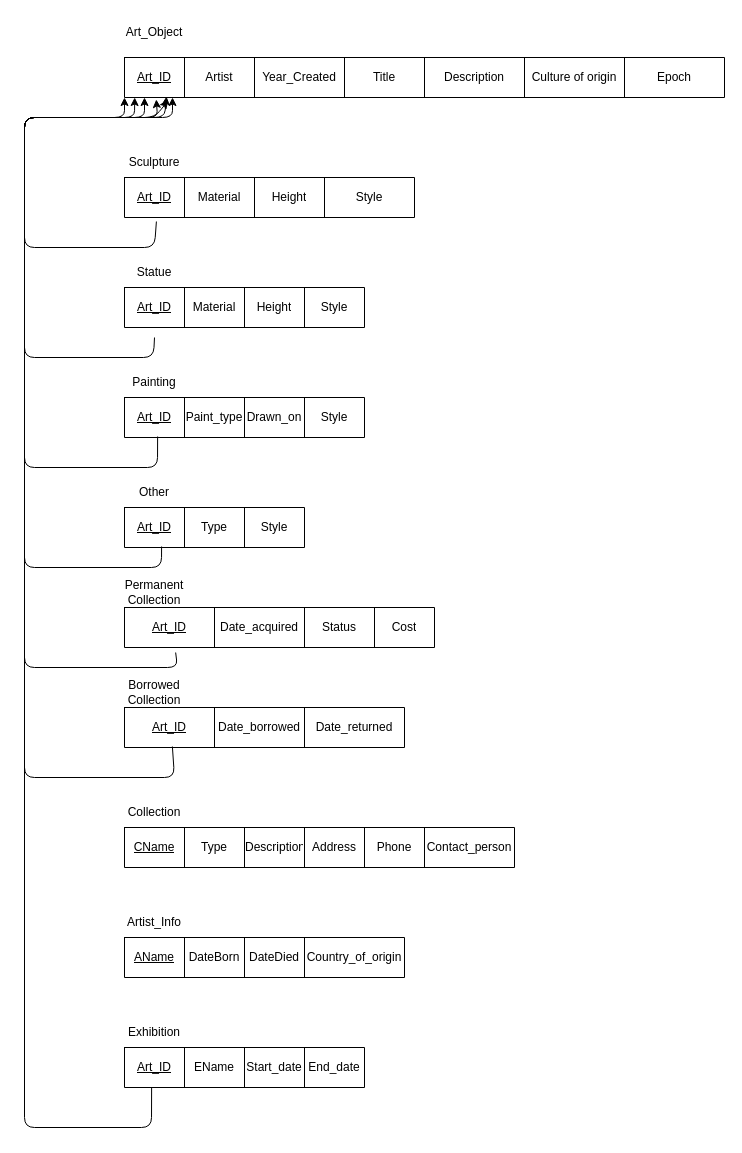
Before: database design/relationalschema.drawio in ENSF-300-F23/museum-project-l02-group-22, a draw.io diagram. Source tidied: cells renumbered, new cells numbered last; positions are measured from the earlier drawing's top-left corner, leaving out a move shared by most shapes. Both pictures are drawn from the tidied source at 100%, with x=0, y=0 at pixel (24, 17).
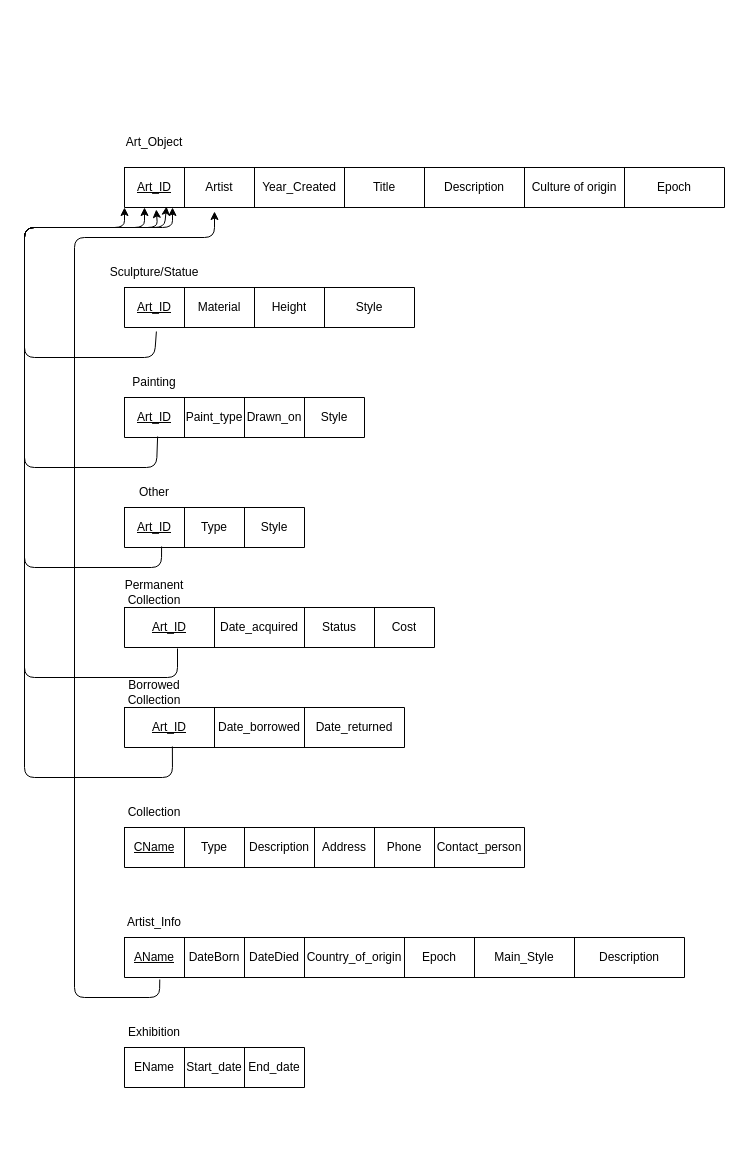
The same diagram, later.

Commit message (it also covers changes not shown here):
Added modifications to schema/eerd to match sql

Unchanged cells that the change refers to:
```xml
<mxCell id="3" style="shape=tableRow;horizontal=0;startSize=0;swimlaneHead=0;swimlaneBody=0;top=0;left=0;bottom=0;right=0;fillColor=none;points=[[0,0.5],[1,0.5]];portConstraint=eastwest;" parent="2" vertex="1">
  <mxGeometry width="600" height="40" as="geometry" />
</mxCell>
<mxCell id="12" style="shape=tableRow;horizontal=0;startSize=0;swimlaneHead=0;swimlaneBody=0;top=0;left=0;bottom=0;right=0;fillColor=none;points=[[0,0.5],[1,0.5]];portConstraint=eastwest;" parent="11" vertex="1">
  <mxGeometry width="290" height="40" as="geometry" />
</mxCell>
<mxCell id="24" style="shape=tableRow;horizontal=0;startSize=0;swimlaneHead=0;swimlaneBody=0;top=0;left=0;bottom=0;right=0;fillColor=none;points=[[0,0.5],[1,0.5]];portConstraint=eastwest;" parent="23" vertex="1">
  <mxGeometry width="240" height="40" as="geometry" />
</mxCell>
<mxCell id="30" style="shape=tableRow;horizontal=0;startSize=0;swimlaneHead=0;swimlaneBody=0;top=0;left=0;bottom=0;right=0;fillColor=none;points=[[0,0.5],[1,0.5]];portConstraint=eastwest;" parent="29" vertex="1">
  <mxGeometry width="180" height="40" as="geometry" />
</mxCell>
<mxCell id="35" style="shape=tableRow;horizontal=0;startSize=0;swimlaneHead=0;swimlaneBody=0;top=0;left=0;bottom=0;right=0;fillColor=none;points=[[0,0.5],[1,0.5]];portConstraint=eastwest;" parent="34" vertex="1">
  <mxGeometry width="310" height="40" as="geometry" />
</mxCell>
<mxCell id="46" style="shape=tableRow;horizontal=0;startSize=0;swimlaneHead=0;swimlaneBody=0;top=0;left=0;bottom=0;right=0;fillColor=none;points=[[0,0.5],[1,0.5]];portConstraint=eastwest;" parent="45" vertex="1">
  <mxGeometry width="280" height="40" as="geometry" />
</mxCell>
```

What changed in the source:
```diff
@@
     <mxCell id="2" style="shape=table;startSize=0;childLayout=tableLayout;" parent="1" vertex="1">
-      <mxGeometry x="100" y="40" width="600" height="40" as="geometry" />
+      <mxGeometry x="100" y="150" width="600" height="40" as="geometry" />
     </mxCell>
@@
     <mxCell id="11" style="shape=table;startSize=0;childLayout=tableLayout;" parent="1" vertex="1">
-      <mxGeometry x="100" y="160" width="290" height="40" as="geometry" />
+      <mxGeometry x="100" y="270" width="290" height="40" as="geometry" />
     </mxCell>
@@
-    <mxCell id="17" style="shape=table;startSize=0;childLayout=tableLayout;" parent="1" vertex="1">
-      <mxGeometry x="100" y="270" width="240" height="40" as="geometry" />
-    </mxCell>
-    <mxCell id="18" style="shape=tableRow;horizontal=0;startSize=0;swimlaneHead=0;swimlaneBody=0;top=0;left=0;bottom=0;right=0;fillColor=none;points=[[0,0.5],[1,0.5]];portConstraint=eastwest;" parent="17" vertex="1">
-      <mxGeometry width="240" height="40" as="geometry" />
-    </mxCell>
-    <mxCell id="19" value="&lt;u&gt;Art_ID&lt;/u&gt;" style="shape=partialRectangle;html=1;whiteSpace=wrap;overflow=hidden;fillColor=none;top=0;left=0;bottom=0;right=0;" parent="18" vertex="1">
-      <mxGeometry width="60" height="40" as="geometry" />
-    </mxCell>
-    <mxCell id="20" value="Material" style="shape=partialRectangle;html=1;whiteSpace=wrap;overflow=hidden;fillColor=none;top=0;left=0;bottom=0;right=0;" parent="18" vertex="1">
-      <mxGeometry x="60" width="60" height="40" as="geometry" />
-    </mxCell>
-    <mxCell id="21" value="Height" style="shape=partialRectangle;html=1;whiteSpace=wrap;overflow=hidden;fillColor=none;top=0;left=0;bottom=0;right=0;" parent="18" vertex="1">
-      <mxGeometry x="120" width="60" height="40" as="geometry" />
-    </mxCell>
-    <mxCell id="22" value="Style" style="shape=partialRectangle;html=1;whiteSpace=wrap;overflow=hidden;fillColor=none;top=0;left=0;bottom=0;right=0;" parent="18" vertex="1">
-      <mxGeometry x="180" width="60" height="40" as="geometry" />
-    </mxCell>
@@
     <mxCell id="40" value="Art_Object" style="text;strokeColor=none;align=center;fillColor=none;html=1;verticalAlign=middle;whiteSpace=wrap;rounded=0;" parent="1" vertex="1">
-      <mxGeometry x="100" width="60" height="30" as="geometry" />
+      <mxGeometry x="100" y="110" width="60" height="30" as="geometry" />
     </mxCell>
-    <mxCell id="41" value="Sculpture" style="text;strokeColor=none;align=center;fillColor=none;html=1;verticalAlign=middle;whiteSpace=wrap;rounded=0;" parent="1" vertex="1">
-      <mxGeometry x="100" y="130" width="60" height="30" as="geometry" />
+    <mxCell id="41" value="Sculpture/Statue" style="text;strokeColor=none;align=center;fillColor=none;html=1;verticalAlign=middle;whiteSpace=wrap;rounded=0;" parent="1" vertex="1">
+      <mxGeometry x="100" y="240" width="60" height="30" as="geometry" />
     </mxCell>
-    <mxCell id="42" value="Statue" style="text;strokeColor=none;align=center;fillColor=none;html=1;verticalAlign=middle;whiteSpace=wrap;rounded=0;" parent="1" vertex="1">
-      <mxGeometry x="100" y="240" width="60" height="30" as="geometry" />
-    </mxCell>
@@
     <mxCell id="52" style="shape=table;startSize=0;childLayout=tableLayout;" parent="1" vertex="1">
-      <mxGeometry x="100" y="920" width="280" height="40" as="geometry" />
+      <mxGeometry x="100" y="920" width="560" height="40" as="geometry" />
     </mxCell>
     <mxCell id="53" style="shape=tableRow;horizontal=0;startSize=0;swimlaneHead=0;swimlaneBody=0;top=0;left=0;bottom=0;right=0;fillColor=none;points=[[0,0.5],[1,0.5]];portConstraint=eastwest;" parent="52" vertex="1">
-      <mxGeometry width="280" height="40" as="geometry" />
+      <mxGeometry width="560" height="40" as="geometry" />
     </mxCell>
@@
+    <mxCell id="82" value="Epoch" style="shape=partialRectangle;html=1;whiteSpace=wrap;overflow=hidden;fillColor=none;top=0;left=0;bottom=0;right=0;" parent="53" vertex="1">
+      <mxGeometry x="280" width="70" height="40" as="geometry" />
+    </mxCell>
+    <mxCell id="83" value="Main_Style" style="shape=partialRectangle;html=1;whiteSpace=wrap;overflow=hidden;fillColor=none;top=0;left=0;bottom=0;right=0;" parent="53" vertex="1">
+      <mxGeometry x="350" width="100" height="40" as="geometry" />
+    </mxCell>
+    <mxCell id="84" value="Description" style="shape=partialRectangle;html=1;whiteSpace=wrap;overflow=hidden;fillColor=none;top=0;left=0;bottom=0;right=0;" parent="53" vertex="1">
+      <mxGeometry x="450" width="110" height="40" as="geometry" />
+    </mxCell>
@@
     <mxCell id="59" style="shape=table;startSize=0;childLayout=tableLayout;" parent="1" vertex="1">
-      <mxGeometry x="100" y="810" width="390" height="40" as="geometry" />
+      <mxGeometry x="100" y="810" width="400" height="40" as="geometry" />
     </mxCell>
     <mxCell id="60" style="shape=tableRow;horizontal=0;startSize=0;swimlaneHead=0;swimlaneBody=0;top=0;left=0;bottom=0;right=0;fillColor=none;" parent="59" vertex="1">
-      <mxGeometry width="390" height="40" as="geometry" />
+      <mxGeometry width="400" height="40" as="geometry" />
     </mxCell>
@@
     <mxCell id="63" value="Description" style="shape=partialRectangle;html=1;whiteSpace=wrap;overflow=hidden;fillColor=none;top=0;left=0;bottom=0;right=0;" parent="60" vertex="1">
-      <mxGeometry x="120" width="60" height="40" as="geometry" />
+      <mxGeometry x="120" width="70" height="40" as="geometry" />
     </mxCell>
     <mxCell id="64" value="Address" style="shape=partialRectangle;html=1;whiteSpace=wrap;overflow=hidden;fillColor=none;top=0;left=0;bottom=0;right=0;" parent="60" vertex="1">
-      <mxGeometry x="180" width="60" height="40" as="geometry" />
+      <mxGeometry x="190" width="60" height="40" as="geometry" />
     </mxCell>
     <mxCell id="65" value="Phone" style="shape=partialRectangle;html=1;whiteSpace=wrap;overflow=hidden;fillColor=none;top=0;left=0;bottom=0;right=0;" parent="60" vertex="1">
-      <mxGeometry x="240" width="60" height="40" as="geometry" />
+      <mxGeometry x="250" width="60" height="40" as="geometry" />
     </mxCell>
     <mxCell id="66" value="Contact_person" style="shape=partialRectangle;html=1;whiteSpace=wrap;overflow=hidden;fillColor=none;top=0;left=0;bottom=0;right=0;" parent="60" vertex="1">
-      <mxGeometry x="300" width="90" height="40" as="geometry" />
+      <mxGeometry x="310" width="90" height="40" as="geometry" />
     </mxCell>
     <mxCell id="67" style="shape=table;startSize=0;childLayout=tableLayout;" parent="1" vertex="1">
-      <mxGeometry x="100" y="1030" width="240" height="40" as="geometry" />
+      <mxGeometry x="100" y="1030" width="180" height="40" as="geometry" />
     </mxCell>
     <mxCell id="68" style="shape=tableRow;horizontal=0;startSize=0;swimlaneHead=0;swimlaneBody=0;top=0;left=0;bottom=0;right=0;fillColor=none;points=[[0,0.5],[1,0.5]];portConstraint=eastwest;" parent="67" vertex="1">
-      <mxGeometry width="240" height="40" as="geometry" />
+      <mxGeometry width="180" height="40" as="geometry" />
     </mxCell>
-    <mxCell id="69" value="&lt;u&gt;Art_ID&lt;/u&gt;" style="shape=partialRectangle;html=1;whiteSpace=wrap;overflow=hidden;fillColor=none;top=0;left=0;bottom=0;right=0;" parent="68" vertex="1">
-      <mxGeometry width="60" height="40" as="geometry" />
-    </mxCell>
     <mxCell id="70" value="EName" style="shape=partialRectangle;html=1;whiteSpace=wrap;overflow=hidden;fillColor=none;top=0;left=0;bottom=0;right=0;" parent="68" vertex="1">
-      <mxGeometry x="60" width="60" height="40" as="geometry" />
+      <mxGeometry width="60" height="40" as="geometry" />
     </mxCell>
     <mxCell id="71" value="Start_date" style="shape=partialRectangle;html=1;whiteSpace=wrap;overflow=hidden;fillColor=none;top=0;left=0;bottom=0;right=0;" parent="68" vertex="1">
-      <mxGeometry x="120" width="60" height="40" as="geometry" />
+      <mxGeometry x="60" width="60" height="40" as="geometry" />
     </mxCell>
     <mxCell id="72" value="End_date" style="shape=partialRectangle;html=1;whiteSpace=wrap;overflow=hidden;fillColor=none;top=0;left=0;bottom=0;right=0;" parent="68" vertex="1">
-      <mxGeometry x="180" width="60" height="40" as="geometry" />
+      <mxGeometry x="120" width="60" height="40" as="geometry" />
     </mxCell>
@@
     <mxCell id="75" style="endArrow=classic;html=1;exitX=0.11;exitY=1.1;exitDx=0;exitDy=0;exitPerimeter=0;" parent="1" edge="1" source="12">
       <mxGeometry relative="1" as="geometry">
-        <mxPoint x="120" y="80" as="targetPoint" />
+        <mxPoint x="120" y="190" as="targetPoint" />
         <Array as="points">
-          <mxPoint x="130" y="230" />
-          <mxPoint y="230" />
-          <mxPoint y="100" />
-          <mxPoint x="120" y="100" />
+          <mxPoint x="130" y="340" />
+          <mxPoint y="340" />
+          <mxPoint y="210" />
+          <mxPoint x="120" y="210" />
         </Array>
       </mxGeometry>
     </mxCell>
-    <mxCell id="76" style="endArrow=classic;html=1;exitX=0.125;exitY=1.25;exitDx=0;exitDy=0;exitPerimeter=0;entryX=0.073;entryY=1.075;entryDx=0;entryDy=0;entryPerimeter=0;" parent="1" edge="1" source="18" target="3">
-      <mxGeometry relative="1" as="geometry">
-        <Array as="points">
-          <mxPoint x="129" y="340" />
-          <mxPoint y="340" />
-          <mxPoint y="100" />
-          <mxPoint x="130" y="100" />
-        </Array>
-      </mxGeometry>
-    </mxCell>
     <mxCell id="77" style="endArrow=classic;html=1;exitX=0.138;exitY=0.975;exitDx=0;exitDy=0;exitPerimeter=0;entryX=0.053;entryY=1.05;entryDx=0;entryDy=0;entryPerimeter=0;" parent="1" edge="1" source="24" target="3">
       <mxGeometry relative="1" as="geometry">
         <Array as="points">
-          <mxPoint x="133" y="450" />
+          <mxPoint x="132" y="450" />
           <mxPoint y="450" />
-          <mxPoint y="100" />
-          <mxPoint x="133" y="100" />
+          <mxPoint y="210" />
+          <mxPoint x="133" y="210" />
         </Array>
       </mxGeometry>
     </mxCell>
     <mxCell id="78" style="endArrow=classic;html=1;exitX=0.206;exitY=0.975;exitDx=0;exitDy=0;exitPerimeter=0;entryX=0.07;entryY=0.975;entryDx=0;entryDy=0;entryPerimeter=0;" parent="1" edge="1" source="30" target="3">
       <mxGeometry relative="1" as="geometry">
         <Array as="points">
           <mxPoint x="137" y="550" />
           <mxPoint y="550" />
-          <mxPoint y="100" />
-          <mxPoint x="140" y="100" />
+          <mxPoint y="210" />
+          <mxPoint x="140" y="210" />
         </Array>
       </mxGeometry>
     </mxCell>
-    <mxCell id="79" style="endArrow=classic;html=1;exitX=0.165;exitY=1.125;exitDx=0;exitDy=0;exitPerimeter=0;" parent="1" edge="1" source="35">
+    <mxCell id="79" style="endArrow=classic;html=1;exitX=0.171;exitY=1.025;exitDx=0;exitDy=0;exitPerimeter=0;" parent="1" edge="1" source="35">
       <mxGeometry relative="1" as="geometry">
-        <mxPoint x="148" y="80" as="targetPoint" />
+        <mxPoint x="148" y="190" as="targetPoint" />
         <Array as="points">
-          <mxPoint x="153" y="650" />
-          <mxPoint y="650" />
-          <mxPoint y="100" />
-          <mxPoint x="148" y="100" />
+          <mxPoint x="153" y="660" />
+          <mxPoint y="660" />
+          <mxPoint y="210" />
+          <mxPoint x="148" y="210" />
         </Array>
       </mxGeometry>
     </mxCell>
     <mxCell id="80" style="endArrow=classic;html=1;entryX=0;entryY=1;entryDx=0;entryDy=0;entryPerimeter=0;exitX=0.171;exitY=0.975;exitDx=0;exitDy=0;exitPerimeter=0;" parent="1" edge="1" source="46" target="3">
       <mxGeometry relative="1" as="geometry">
         <Array as="points">
-          <mxPoint x="150" y="760" />
+          <mxPoint x="148" y="760" />
           <mxPoint y="760" />
-          <mxPoint y="100" />
-          <mxPoint x="100" y="100" />
+          <mxPoint y="210" />
+          <mxPoint x="100" y="210" />
         </Array>
       </mxGeometry>
     </mxCell>
-    <mxCell id="81" style="endArrow=classic;html=1;entryX=0.017;entryY=1;entryDx=0;entryDy=0;entryPerimeter=0;exitX=0.113;exitY=1;exitDx=0;exitDy=0;exitPerimeter=0;" parent="1" edge="1" source="68" target="3">
-      <mxGeometry relative="1" as="geometry">
-        <Array as="points">
-          <mxPoint x="127" y="1110" />
-          <mxPoint y="1110" />
-          <mxPoint y="100" />
-          <mxPoint x="110" y="100" />
-        </Array>
-      </mxGeometry>
-    </mxCell>
+    <mxCell id="85" style="endArrow=classic;html=1;exitX=0.063;exitY=1.05;exitDx=0;exitDy=0;exitPerimeter=0;entryX=0.15;entryY=1.1;entryDx=0;entryDy=0;entryPerimeter=0;" parent="1" edge="1" source="53" target="3">
+      <mxGeometry relative="1" as="geometry">
+        <Array as="points">
+          <mxPoint x="135" y="980" />
+          <mxPoint x="50" y="980" />
+          <mxPoint x="50" y="220" />
+          <mxPoint x="190" y="220" />
+        </Array>
+      </mxGeometry>
+    </mxCell>
```
